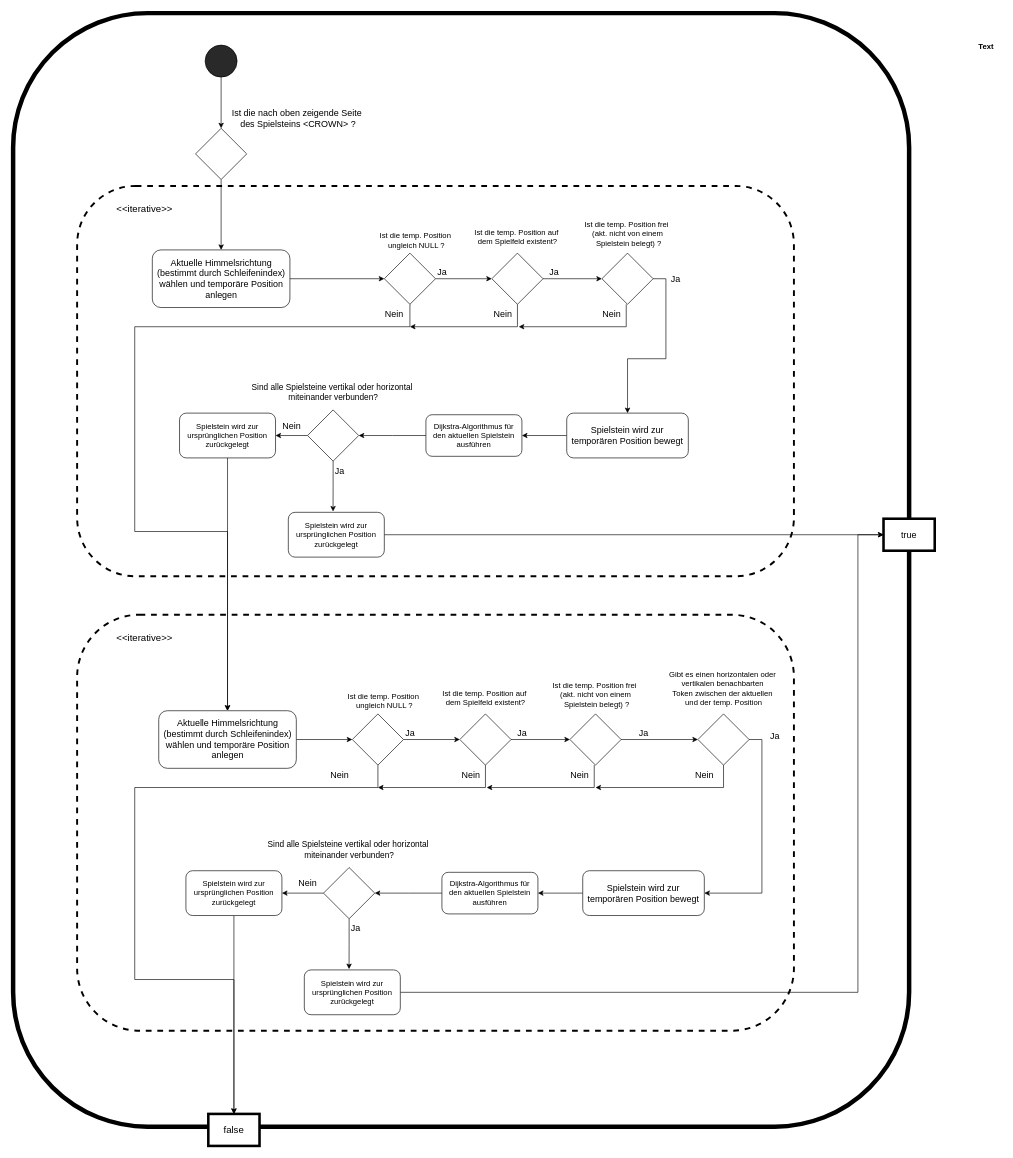
This is token_possibleMove.drawio from schaefereric/uml-stash, a draw.io file, before an edit. Source tidied: cells renumbered, new cells numbered last; positions are measured from the earlier drawing's top-left corner, leaving out a move shared by most shapes. Both pictures are drawn from the tidied source at 64%, with x=0, y=0 at pixel (13, 13).
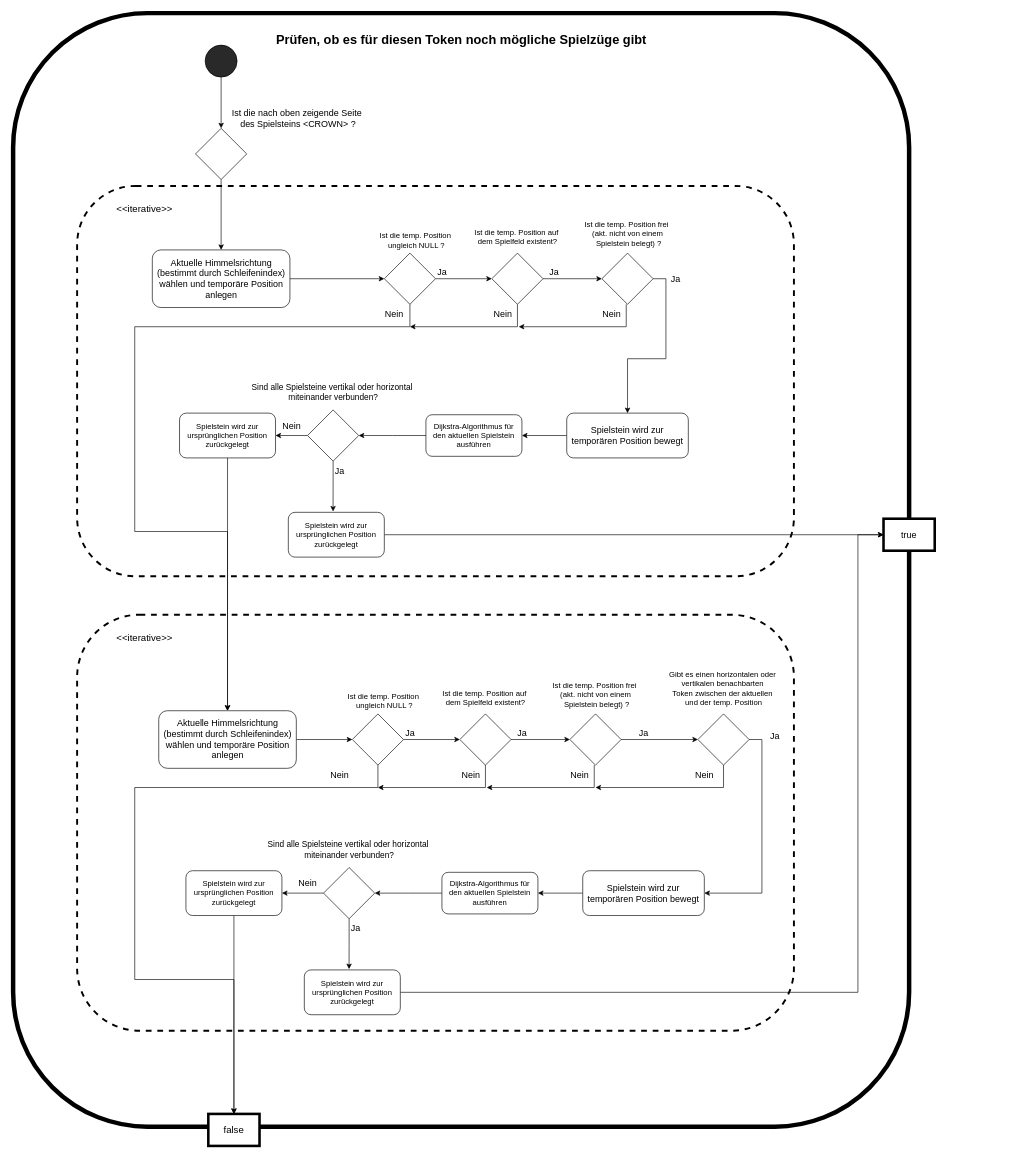
The same page after the edit.

The edit, as a diff of the source:
```diff
@@
-    <mxCell id="88" value="&lt;b&gt;Text&lt;/b&gt;" style="text;html=1;align=center;verticalAlign=middle;strokeColor=none;fillColor=none;" parent="1" vertex="1">
-      <mxGeometry x="1495" y="38" width="50" height="30" as="geometry" />
+    <mxCell id="88" value="&lt;font style=&quot;font-size: 20px;&quot;&gt;&lt;b&gt;Prüfen, ob es für diesen Token noch mögliche Spielzüge gibt&lt;br&gt;&lt;/b&gt;&lt;/font&gt;" style="text;html=1;align=center;verticalAlign=middle;strokeColor=none;fillColor=none;" parent="1" vertex="1">
+      <mxGeometry x="400" y="20" width="600" height="40" as="geometry" />
     </mxCell>
```
